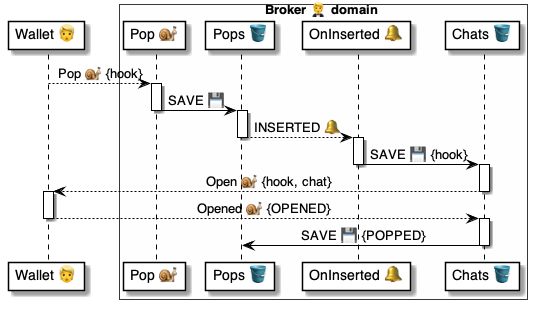
Above: 4 ⚙️ Solution/20 🧑‍🦰 UI/Brokers 🤵/🤵🪣 Broker tables/Pops 🎈 table/🪣🔔 11 Pop/🤵 OnPopInserted ⚙️ uml.png in pollyweb-org/pollyweb-docs (PlantUML), before the change. Its source is kept beside it as 4 ⚙️ Solution/20 🧑‍🦰 UI/Brokers 🤵/🤵🪣 Broker tables/Pops 🎈 table/🪣🔔 11 Pop/🤵 OnPopInserted ⚙️ uml.puml.
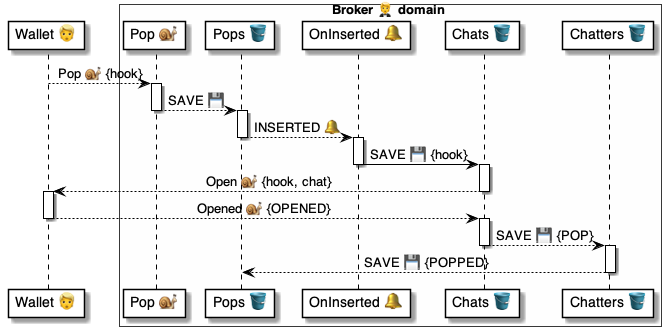
Above is the later version.

What changed in the source:
```diff
@@ -7,13 +7,14 @@
     participant "Pops 🪣" as pops
     participant "OnInserted 🔔" as popped
     participant "Chats 🪣" as chats
+    participant "Chatters 🪣" as chatters
 end box
 
 
 wallet --> pop: Pop 🐌 {hook}
 
 activate pop
-    pop -> pops: SAVE 💾
+    pop --> pops: SAVE 💾
 deactivate pop
 
 activate pops
@@ -33,8 +34,11 @@
 deactivate wallet
 
 activate chats
-    chats -> pops: SAVE 💾 {POPPED}
+    chats --> chatters: SAVE 💾 {POP}
 deactivate chats
 
+activate chatters
+    chatters --> pops: SAVE 💾 {POPPED}
+deactivate chatters
 
 @enduml
```
